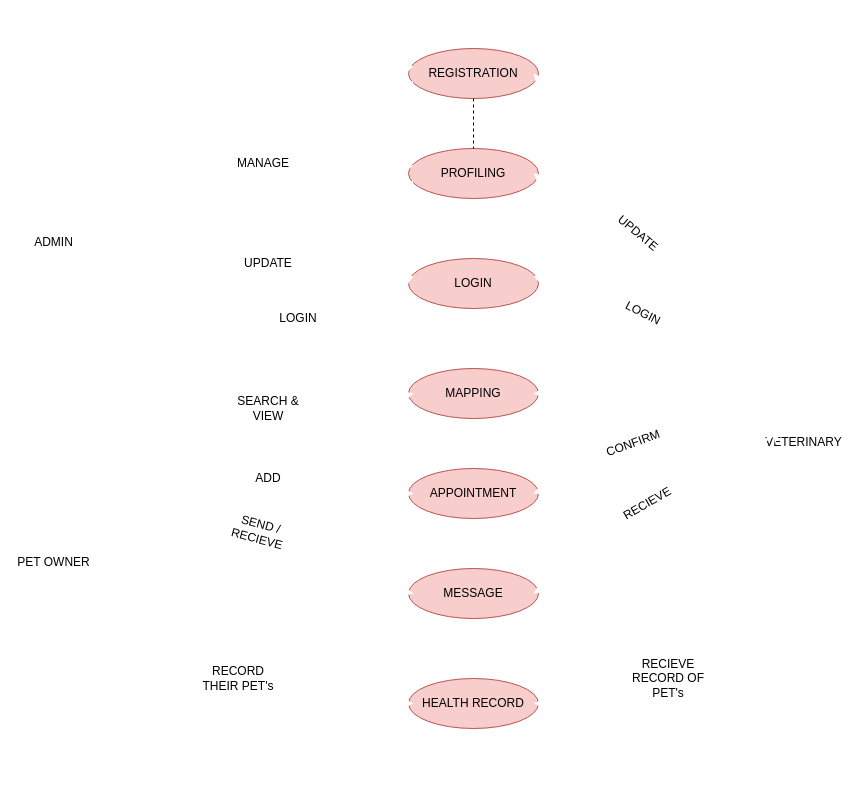
Above: Group20_usecase.drawio in LANSiiibyte/Projectlansiii (draw.io), before the change. Source tidied: cells renumbered, new cells numbered last; positions are measured from the earlier drawing's top-left corner, leaving out a move shared by most shapes. Both pictures are drawn from the tidied source at 100%, with x=0, y=0 at pixel (33, 18).
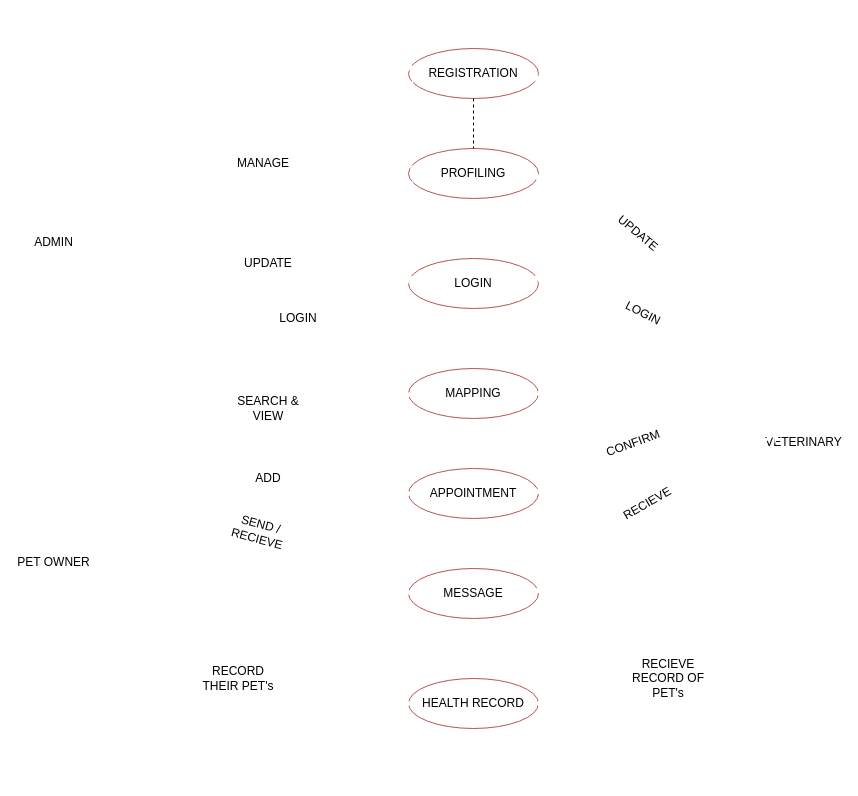
Above is the later version.

Unchanged cells that the change refers to:
```xml
<mxCell id="5" style="group;" parent="1" vertex="1">
  <mxGeometry x="375" y="130" width="130" height="50" as="geometry" />
</mxCell>
<mxCell id="8" style="group;" parent="1" vertex="1">
  <mxGeometry x="375" y="30" width="130" height="50" as="geometry" />
</mxCell>
<mxCell id="11" style="group;fontColor=light-dark(#000000,#000000);" parent="1" vertex="1">
  <mxGeometry x="375" y="240" width="130" height="50" as="geometry" />
</mxCell>
<mxCell id="14" style="group;fontColor=light-dark(#000000,#000000);" parent="1" vertex="1">
  <mxGeometry x="375" y="550" width="130" height="50" as="geometry" />
</mxCell>
<mxCell id="17" style="group;fontColor=light-dark(#000000,#000000);" parent="1" vertex="1">
  <mxGeometry x="375" y="350" width="130" height="50" as="geometry" />
</mxCell>
<mxCell id="20" style="group;fontColor=light-dark(#000000,#000000);" parent="1" vertex="1">
  <mxGeometry x="375" y="450" width="130" height="50" as="geometry" />
</mxCell>
```

Change to the diagram source:
```diff
@@
-<mxGraphModel>
+<mxGraphModel background="light-dark(#FFFFFF,#FFFFFF)">
@@
-    <mxCell id="6" style="ellipse;whiteSpace=wrap;html=1;fillColor=#f8cecc;strokeColor=#b85450;" parent="5" vertex="1">
+    <mxCell id="6" style="ellipse;whiteSpace=wrap;html=1;fillColor=none;strokeColor=#b85450;" parent="5" vertex="1">
       <mxGeometry width="130" height="50" as="geometry" />
     </mxCell>
@@
-    <mxCell id="9" style="ellipse;whiteSpace=wrap;html=1;fillColor=#f8cecc;strokeColor=#b85450;" parent="8" vertex="1">
+    <mxCell id="9" style="ellipse;whiteSpace=wrap;html=1;fillColor=none;strokeColor=#b85450;" parent="8" vertex="1">
       <mxGeometry width="130" height="50" as="geometry" />
     </mxCell>
@@
-    <mxCell id="12" style="ellipse;whiteSpace=wrap;html=1;fillColor=#f8cecc;strokeColor=#b85450;" parent="11" vertex="1">
+    <mxCell id="12" style="ellipse;whiteSpace=wrap;html=1;fillColor=none;strokeColor=#b85450;" parent="11" vertex="1">
       <mxGeometry width="130" height="50" as="geometry" />
     </mxCell>
@@
-    <mxCell id="15" style="ellipse;whiteSpace=wrap;html=1;fillColor=#f8cecc;strokeColor=#b85450;" parent="14" vertex="1">
+    <mxCell id="15" style="ellipse;whiteSpace=wrap;html=1;fillColor=none;strokeColor=#b85450;" parent="14" vertex="1">
       <mxGeometry width="130" height="50" as="geometry" />
     </mxCell>
@@
-    <mxCell id="18" style="ellipse;whiteSpace=wrap;html=1;fillColor=#f8cecc;strokeColor=#b85450;" parent="17" vertex="1">
+    <mxCell id="18" style="ellipse;whiteSpace=wrap;html=1;fillColor=none;strokeColor=#b85450;" parent="17" vertex="1">
       <mxGeometry width="130" height="50" as="geometry" />
     </mxCell>
@@
-    <mxCell id="21" style="ellipse;whiteSpace=wrap;html=1;fillColor=#f8cecc;strokeColor=#b85450;" parent="20" vertex="1">
+    <mxCell id="21" style="ellipse;whiteSpace=wrap;html=1;fillColor=none;strokeColor=#b85450;" parent="20" vertex="1">
       <mxGeometry width="130" height="50" as="geometry" />
     </mxCell>
@@
-    <mxCell id="25" style="group;fontColor=light-dark(#000000,#000000);" parent="1" vertex="1">
+    <mxCell id="25" style="group;fontColor=light-dark(#000000,#000000);fillColor=none;" parent="1" vertex="1">
       <mxGeometry x="375" y="660" width="130" height="50" as="geometry" />
     </mxCell>
-    <mxCell id="26" style="ellipse;whiteSpace=wrap;html=1;fillColor=#f8cecc;strokeColor=#b85450;" parent="25" vertex="1">
+    <mxCell id="26" style="ellipse;whiteSpace=wrap;html=1;fillColor=none;strokeColor=#b85450;" parent="25" vertex="1">
       <mxGeometry width="130" height="50" as="geometry" />
     </mxCell>
-    <mxCell id="27" value="&lt;font style=&quot;color: light-dark(rgb(0, 0, 0), rgb(0, 0, 0));&quot;&gt;HEALTH RECORD&lt;/font&gt;" style="text;html=1;align=center;verticalAlign=middle;whiteSpace=wrap;rounded=0;" parent="25" vertex="1">
+    <mxCell id="27" value="&lt;font style=&quot;color: light-dark(rgb(0, 0, 0), rgb(0, 0, 0));&quot;&gt;HEALTH RECORD&lt;/font&gt;" style="text;html=1;align=center;verticalAlign=middle;whiteSpace=wrap;rounded=0;fillColor=none;" parent="25" vertex="1">
       <mxGeometry x="5" y="10" width="120" height="30" as="geometry" />
     </mxCell>
```
